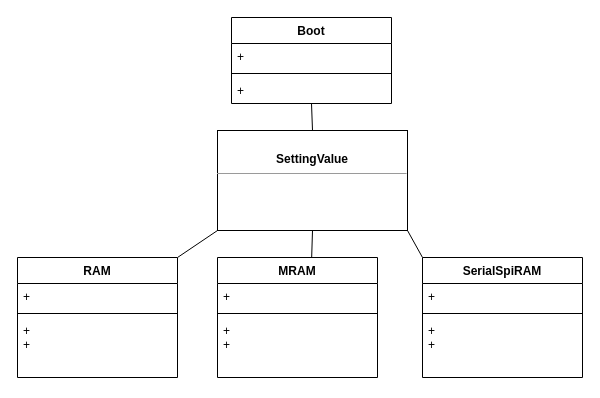
The draw.io diagram 3_dependency_inversion_principle/前回設定値の反映_概念class.drawio in grace2riku/solid_principle_example, before the edit. Source tidied: cells renumbered, new cells numbered last; positions are measured from the earlier drawing's top-left corner, leaving out a move shared by most shapes. Both pictures are drawn from the tidied source at 100%, with x=0, y=0 at pixel (17, 17).
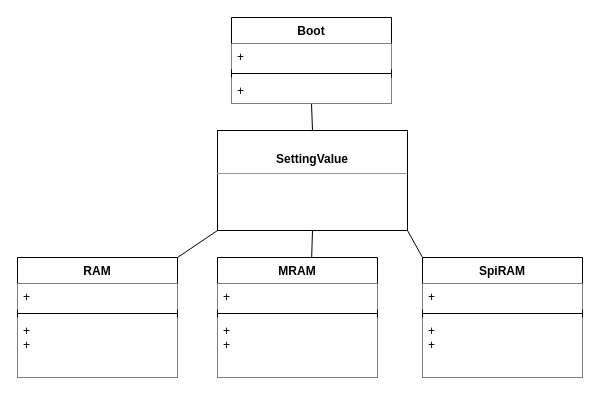
After the change.

Commit message (it also covers changes not shown here):
上位・抽象・下位モジュールの概念図のページを追加。概念図の各クラスを白の塗り潰しにして見える化した。

The change refers to these unchanged cells:
```xml
<mxCell id="3" value="Boot" style="swimlane;fontStyle=1;align=center;verticalAlign=top;horizontal=1;startSize=26;" parent="1" vertex="1">
  <mxGeometry x="214" width="160" height="86" as="geometry" />
</mxCell>
<mxCell id="15" value="RAM" style="swimlane;fontStyle=1;align=center;verticalAlign=top;horizontal=1;startSize=26;" parent="1" vertex="1">
  <mxGeometry y="240" width="160" height="120" as="geometry" />
</mxCell>
<mxCell id="19" value="MRAM" style="swimlane;fontStyle=1;align=center;verticalAlign=top;horizontal=1;startSize=26;" parent="1" vertex="1">
  <mxGeometry x="200" y="240" width="160" height="120" as="geometry" />
</mxCell>
```

What changed in the source:
```diff
@@
-    <mxCell id="4" value="+ " style="text;strokeColor=none;fillColor=none;align=left;verticalAlign=top;spacingLeft=4;spacingRight=4;overflow=hidden;" parent="3" vertex="1">
+    <mxCell id="4" value="+ " style="text;strokeColor=none;fillColor=default;align=left;verticalAlign=top;spacingLeft=4;spacingRight=4;overflow=hidden;" parent="3" vertex="1">
       <mxGeometry y="26" width="160" height="26" as="geometry" />
     </mxCell>
@@
-    <mxCell id="6" value="+  " style="text;strokeColor=none;fillColor=none;align=left;verticalAlign=top;spacingLeft=4;spacingRight=4;overflow=hidden;" parent="3" vertex="1">
+    <mxCell id="6" value="+  " style="text;strokeColor=none;fillColor=default;align=left;verticalAlign=top;spacingLeft=4;spacingRight=4;overflow=hidden;" parent="3" vertex="1">
       <mxGeometry y="60" width="160" height="26" as="geometry" />
     </mxCell>
@@
-    <mxCell id="11" value="SerialSpiRAM" style="swimlane;fontStyle=1;align=center;verticalAlign=top;horizontal=1;startSize=26;" parent="1" vertex="1">
+    <mxCell id="11" value="SpiRAM" style="swimlane;fontStyle=1;align=center;verticalAlign=top;horizontal=1;startSize=26;" parent="1" vertex="1">
       <mxGeometry x="405" y="240" width="160" height="120" as="geometry" />
     </mxCell>
-    <mxCell id="12" value="+  " style="text;strokeColor=none;fillColor=none;align=left;verticalAlign=top;spacingLeft=4;spacingRight=4;overflow=hidden;" parent="11" vertex="1">
+    <mxCell id="12" value="+  " style="text;strokeColor=none;fillColor=default;align=left;verticalAlign=top;spacingLeft=4;spacingRight=4;overflow=hidden;" parent="11" vertex="1">
       <mxGeometry y="26" width="160" height="26" as="geometry" />
     </mxCell>
@@
-    <mxCell id="14" value="+ &#10;+ " style="text;strokeColor=none;fillColor=none;align=left;verticalAlign=top;spacingLeft=4;spacingRight=4;overflow=hidden;" parent="11" vertex="1">
+    <mxCell id="14" value="+ &#10;+ " style="text;strokeColor=none;fillColor=default;align=left;verticalAlign=top;spacingLeft=4;spacingRight=4;overflow=hidden;" parent="11" vertex="1">
       <mxGeometry y="60" width="160" height="60" as="geometry" />
     </mxCell>
@@
-    <mxCell id="16" value="+  " style="text;strokeColor=none;fillColor=none;align=left;verticalAlign=top;spacingLeft=4;spacingRight=4;overflow=hidden;" parent="15" vertex="1">
+    <mxCell id="16" value="+  " style="text;strokeColor=none;fillColor=default;align=left;verticalAlign=top;spacingLeft=4;spacingRight=4;overflow=hidden;" parent="15" vertex="1">
       <mxGeometry y="26" width="160" height="26" as="geometry" />
     </mxCell>
@@
-    <mxCell id="18" value="+ &#10;+ " style="text;strokeColor=none;fillColor=none;align=left;verticalAlign=top;spacingLeft=4;spacingRight=4;overflow=hidden;" parent="15" vertex="1">
+    <mxCell id="18" value="+ &#10;+ " style="text;strokeColor=none;fillColor=default;align=left;verticalAlign=top;spacingLeft=4;spacingRight=4;overflow=hidden;" parent="15" vertex="1">
       <mxGeometry y="60" width="160" height="60" as="geometry" />
     </mxCell>
@@
-    <mxCell id="20" value="+  " style="text;strokeColor=none;fillColor=none;align=left;verticalAlign=top;spacingLeft=4;spacingRight=4;overflow=hidden;" parent="19" vertex="1">
+    <mxCell id="20" value="+  " style="text;strokeColor=none;fillColor=default;align=left;verticalAlign=top;spacingLeft=4;spacingRight=4;overflow=hidden;" parent="19" vertex="1">
       <mxGeometry y="26" width="160" height="26" as="geometry" />
     </mxCell>
@@
-    <mxCell id="22" value="+ &#10;+ " style="text;strokeColor=none;fillColor=none;align=left;verticalAlign=top;spacingLeft=4;spacingRight=4;overflow=hidden;" parent="19" vertex="1">
+    <mxCell id="22" value="+ &#10;+ " style="text;strokeColor=none;fillColor=default;align=left;verticalAlign=top;spacingLeft=4;spacingRight=4;overflow=hidden;" parent="19" vertex="1">
       <mxGeometry y="60" width="160" height="60" as="geometry" />
     </mxCell>
```
